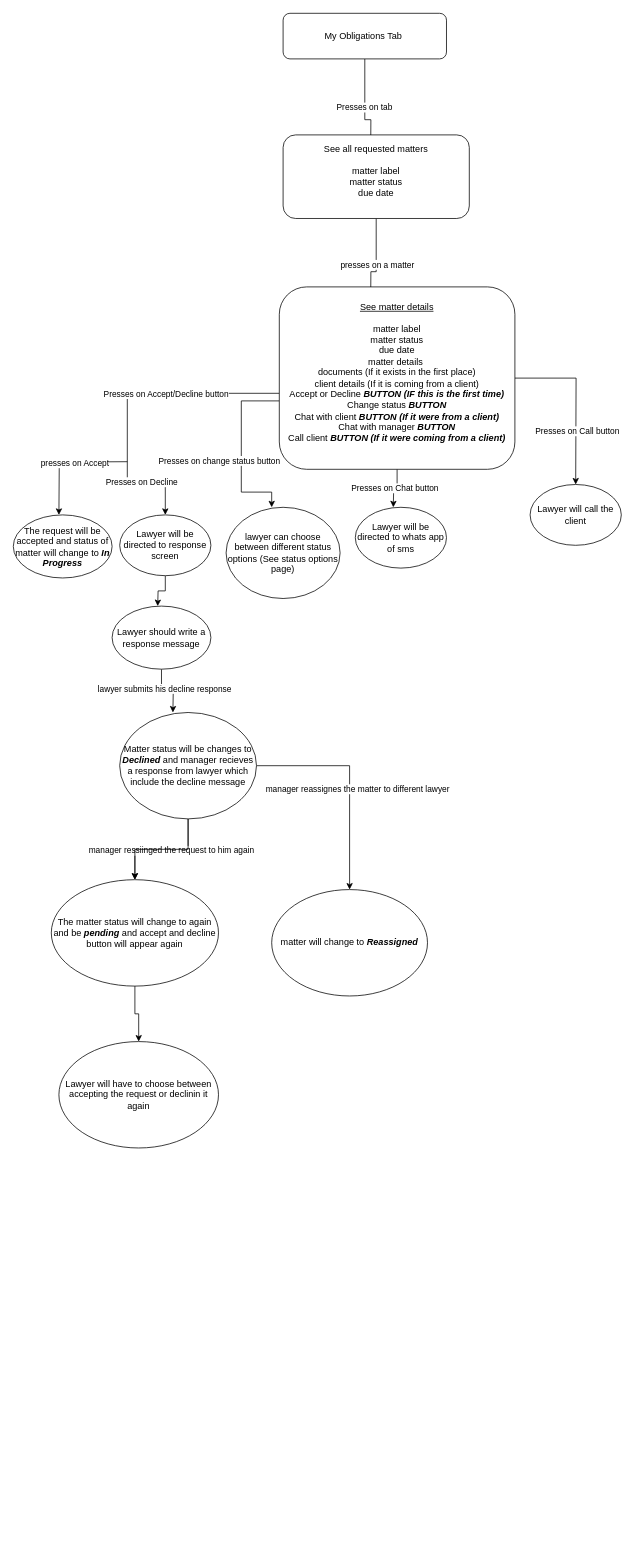
tariq7299/LawyerPrep keeps this draw.io diagram as page "MyObligationsTab" (5 of 10) of LawyerApp.drawio. Above is the earlier version. Source tidied: cells renumbered, new cells numbered last; positions are measured from the earlier drawing's top-left corner, leaving out a move shared by most shapes. Both pictures are drawn from the tidied source at 76%, with x=0, y=0 at pixel (13, 13).
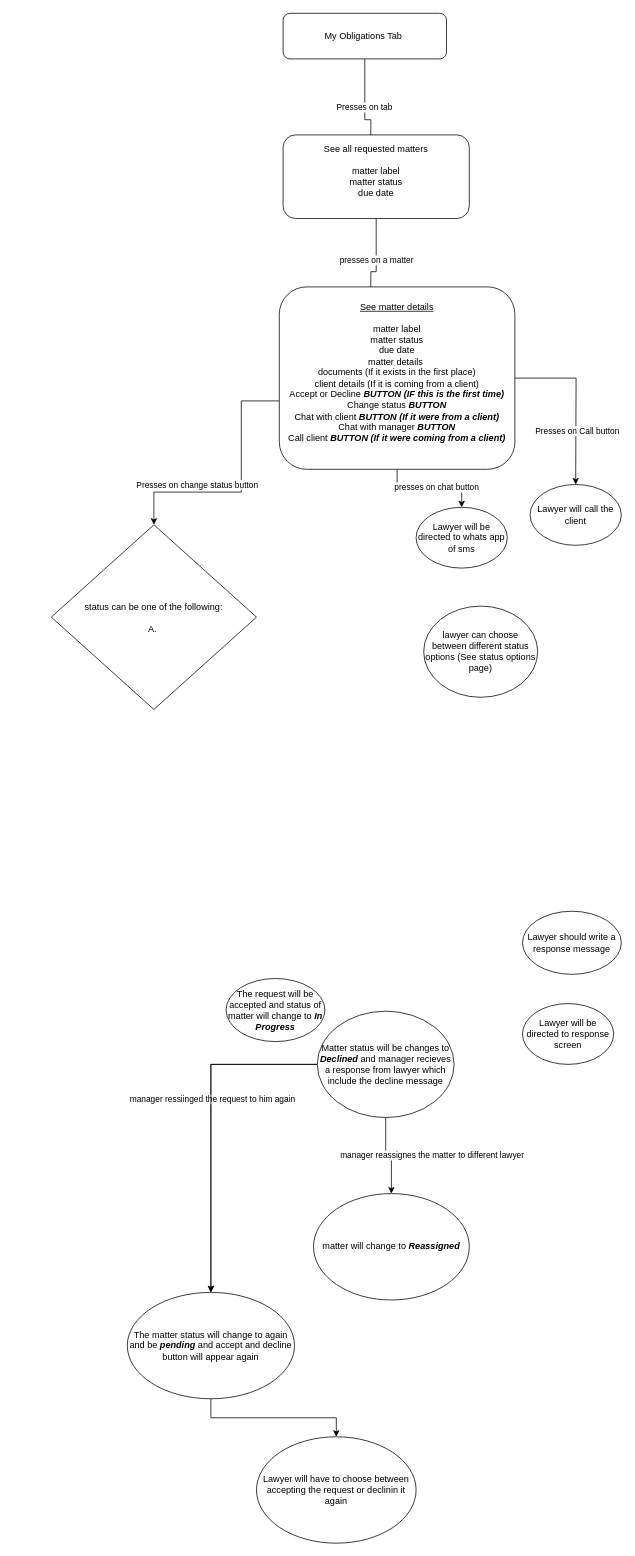
After the change.

The change refers to these unchanged cells:
```xml
<mxCell id="5" style="edgeStyle=orthogonalEdgeStyle;rounded=0;jettySize=auto;html=1;" parent="1" edge="1" source="7">
  <mxGeometry relative="1" as="geometry">
    <mxPoint x="470" y="410" as="targetPoint" />
  </mxGeometry>
</mxCell>
<mxCell id="17" value="&lt;u&gt;See matter details&lt;/u&gt;&lt;div&gt;&lt;br&gt;&lt;/div&gt;&lt;div&gt;matter label&lt;/div&gt;&lt;div&gt;matter status&lt;/div&gt;&lt;div&gt;due date&lt;/div&gt;&lt;div&gt;matter details&amp;nbsp;&lt;/div&gt;&lt;div&gt;documents (If it exists in the first place)&lt;/div&gt;&lt;div&gt;client details (If it is coming from a client)&lt;/div&gt;&lt;div&gt;Accept or Decline &lt;b&gt;&lt;i&gt;BUTTON (IF this is the first time)&lt;/i&gt;&lt;/b&gt;&lt;br&gt;Change status &lt;b style=&quot;&quot;&gt;&lt;i style=&quot;&quot;&gt;BUTTON&lt;br&gt;&lt;/i&gt;&lt;/b&gt;Chat with client&amp;nbsp;&lt;b&gt;&lt;i&gt;BUTTON (If it were from a client)&lt;/i&gt;&lt;/b&gt;&lt;/div&gt;&lt;div&gt;Chat with manager &lt;b style=&quot;font-style: italic;&quot;&gt;BUTTON&lt;/b&gt;&lt;br&gt;Call client&amp;nbsp;&lt;i style=&quot;&quot;&gt;&lt;b style=&quot;&quot;&gt;BUTTON (If it were coming from a client)&lt;/b&gt;&lt;/i&gt;&lt;/div&gt;&lt;div&gt;&lt;br&gt;&lt;/div&gt;" style="rounded=1;whiteSpace=wrap;html=1;" parent="1" vertex="1">
  <mxGeometry x="350" y="360" width="310" height="240" as="geometry" />
</mxCell>
```

The edit, as a diff of the source:
```diff
@@
     <mxCell id="6" value="presses on a matter" style="edgeLabel;html=1;align=center;verticalAlign=middle;" parent="5" vertex="1">
-      <mxGeometry x="-0.19" y="1" relative="1" as="geometry" />
+      <mxGeometry x="-0.19" y="1" relative="1" as="geometry">
+        <mxPoint x="-1" y="-6" as="offset" />
+      </mxGeometry>
     </mxCell>
@@
-    <mxCell id="8" style="edgeStyle=orthogonalEdgeStyle;rounded=0;jettySize=auto;html=1;" parent="1" edge="1" source="17">
-      <mxGeometry relative="1" as="geometry">
-        <mxPoint x="200" y="660" as="targetPoint" />
-        <Array as="points">
-          <mxPoint x="150" y="500" />
-          <mxPoint x="150" y="620" />
-          <mxPoint x="200" y="620" />
-        </Array>
-      </mxGeometry>
-    </mxCell>
-    <mxCell id="9" value="Presses on Accept/Decline button" style="edgeLabel;html=1;align=center;verticalAlign=middle;" parent="8" vertex="1">
-      <mxGeometry x="-0.34" relative="1" as="geometry">
-        <mxPoint x="-15" as="offset" />
-      </mxGeometry>
-    </mxCell>
-    <mxCell id="10" value="Presses on Decline" style="edgeLabel;html=1;align=center;verticalAlign=middle;" parent="8" vertex="1">
-      <mxGeometry x="0.65" y="4" relative="1" as="geometry" />
-    </mxCell>
-    <mxCell id="11" style="edgeStyle=orthogonalEdgeStyle;rounded=0;jettySize=auto;html=1;" parent="1" edge="1" source="17">
-      <mxGeometry relative="1" as="geometry">
-        <mxPoint x="500" y="650" as="targetPoint" />
-      </mxGeometry>
-    </mxCell>
-    <mxCell id="12" value="Presses on Chat button" style="edgeLabel;html=1;align=center;verticalAlign=middle;" parent="11" vertex="1">
-      <mxGeometry x="0.05" y="-1" relative="1" as="geometry" />
-    </mxCell>
@@
-    <mxCell id="15" style="edgeStyle=orthogonalEdgeStyle;rounded=0;jettySize=auto;html=1;" parent="1" edge="1" source="17">
+    <mxCell id="15" style="edgeStyle=orthogonalEdgeStyle;rounded=0;jettySize=auto;html=1;" parent="1" edge="1" source="17" target="41">
       <mxGeometry relative="1" as="geometry">
-        <mxPoint x="340" y="650" as="targetPoint" />
         <Array as="points">
           <mxPoint x="300" y="510" />
           <mxPoint x="300" y="630" />
+          <mxPoint x="185" y="630" />
         </Array>
       </mxGeometry>
     </mxCell>
@@
+    <mxCell id="39" style="edgeStyle=orthogonalEdgeStyle;rounded=0;jettySize=auto;html=1;" parent="1" edge="1" source="17" target="22">
+      <mxGeometry relative="1" as="geometry" />
+    </mxCell>
+    <mxCell id="40" value="presses on chat button" style="edgeLabel;html=1;align=center;verticalAlign=middle;" parent="39" vertex="1">
+      <mxGeometry x="0.12" y="2" relative="1" as="geometry" />
+    </mxCell>
@@
-    <mxCell id="18" style="edgeStyle=orthogonalEdgeStyle;rounded=0;orthogonalLoop=1;jettySize=auto;html=1;exitX=0.5;exitY=0;exitDx=0;exitDy=0;" parent="1" edge="1">
-      <mxGeometry relative="1" as="geometry">
-        <mxPoint x="150" y="590" as="sourcePoint" />
-        <mxPoint x="60" y="660" as="targetPoint" />
-      </mxGeometry>
-    </mxCell>
-    <mxCell id="19" value="presses on Accept" style="edgeLabel;html=1;align=center;verticalAlign=middle;" parent="18" vertex="1">
-      <mxGeometry x="-0.45" y="1" relative="1" as="geometry">
-        <mxPoint x="-26" as="offset" />
-      </mxGeometry>
-    </mxCell>
     <mxCell id="20" value="The request will be accepted and status of matter will change to &lt;i&gt;&lt;b&gt;In Progress&lt;/b&gt;&lt;/i&gt;" style="ellipse;whiteSpace=wrap;html=1;" parent="1" vertex="1">
-      <mxGeometry y="660" width="130" height="83" as="geometry" />
+      <mxGeometry x="280" y="1270" width="130" height="83" as="geometry" />
     </mxCell>
@@
     <mxCell id="22" value="Lawyer will be directed to whats app of sms" style="ellipse;whiteSpace=wrap;html=1;" parent="1" vertex="1">
-      <mxGeometry x="450" y="650" width="120" height="80" as="geometry" />
+      <mxGeometry x="530" y="650" width="120" height="80" as="geometry" />
     </mxCell>
     <mxCell id="23" value="lawyer can choose between different status options (See status options page)" style="ellipse;whiteSpace=wrap;html=1;" parent="1" vertex="1">
-      <mxGeometry x="280" y="650" width="150" height="120" as="geometry" />
+      <mxGeometry x="540" y="780" width="150" height="120" as="geometry" />
     </mxCell>
-    <mxCell id="24" style="edgeStyle=orthogonalEdgeStyle;rounded=0;jettySize=auto;html=1;" parent="1" edge="1" source="25">
-      <mxGeometry relative="1" as="geometry">
-        <mxPoint x="190" y="780" as="targetPoint" />
-      </mxGeometry>
-    </mxCell>
     <mxCell id="25" value="Lawyer will be directed to response screen" style="ellipse;whiteSpace=wrap;html=1;" parent="1" vertex="1">
-      <mxGeometry x="140" y="660" width="120" height="80" as="geometry" />
+      <mxGeometry x="670" y="1303" width="120" height="80" as="geometry" />
     </mxCell>
-    <mxCell id="26" style="edgeStyle=orthogonalEdgeStyle;rounded=0;jettySize=auto;html=1;" parent="1" edge="1" source="28">
-      <mxGeometry relative="1" as="geometry">
-        <mxPoint x="210" y="920" as="targetPoint" />
-      </mxGeometry>
-    </mxCell>
-    <mxCell id="27" value="lawyer submits his decline response" style="edgeLabel;html=1;align=center;verticalAlign=middle;" parent="26" vertex="1">
-      <mxGeometry x="-0.3" y="3" relative="1" as="geometry" />
-    </mxCell>
     <mxCell id="28" value="Lawyer should write a response message" style="ellipse;whiteSpace=wrap;html=1;" parent="1" vertex="1">
-      <mxGeometry x="130" y="780" width="130" height="83" as="geometry" />
+      <mxGeometry x="670" y="1181.5" width="130" height="83" as="geometry" />
     </mxCell>
@@
     <mxCell id="34" value="Matter status will be changes to &lt;i&gt;&lt;b&gt;D&lt;/b&gt;&lt;/i&gt;&lt;i style=&quot;&quot;&gt;&lt;b&gt;eclined&lt;/b&gt;&lt;/i&gt; and manager recieves a response from lawyer which include the decline message" style="ellipse;whiteSpace=wrap;html=1;" parent="1" vertex="1">
-      <mxGeometry x="140" y="920" width="180" height="140" as="geometry" />
+      <mxGeometry x="400" y="1313" width="180" height="140" as="geometry" />
     </mxCell>
@@
     <mxCell id="36" value="The matter status will change to again and be &lt;b&gt;&lt;i&gt;pending &lt;/i&gt;&lt;/b&gt;and accept and decline button will appear again" style="ellipse;whiteSpace=wrap;html=1;" parent="1" vertex="1">
-      <mxGeometry x="50" y="1140" width="220" height="140" as="geometry" />
+      <mxGeometry x="150" y="1683" width="220" height="140" as="geometry" />
     </mxCell>
     <mxCell id="37" value="matter will change to &lt;b&gt;&lt;i style=&quot;&quot;&gt;Reassigned&lt;/i&gt;&lt;/b&gt;" style="ellipse;whiteSpace=wrap;html=1;" parent="1" vertex="1">
-      <mxGeometry x="340" y="1153" width="205" height="140" as="geometry" />
+      <mxGeometry x="395" y="1553" width="205" height="140" as="geometry" />
     </mxCell>
     <mxCell id="38" value="Lawyer will have to choose between accepting the request or declinin it again" style="ellipse;whiteSpace=wrap;html=1;" parent="1" vertex="1">
-      <mxGeometry x="60" y="1353" width="210" height="140" as="geometry" />
+      <mxGeometry x="320" y="1873" width="210" height="140" as="geometry" />
     </mxCell>
+    <mxCell id="41" value="status can be one of the following:&lt;div&gt;&lt;br&gt;&lt;/div&gt;&lt;div&gt;A.&amp;nbsp;&lt;/div&gt;" style="rhombus;whiteSpace=wrap;html=1;" parent="1" vertex="1">
+      <mxGeometry x="50" y="673" width="270" height="243" as="geometry" />
+    </mxCell>
```
